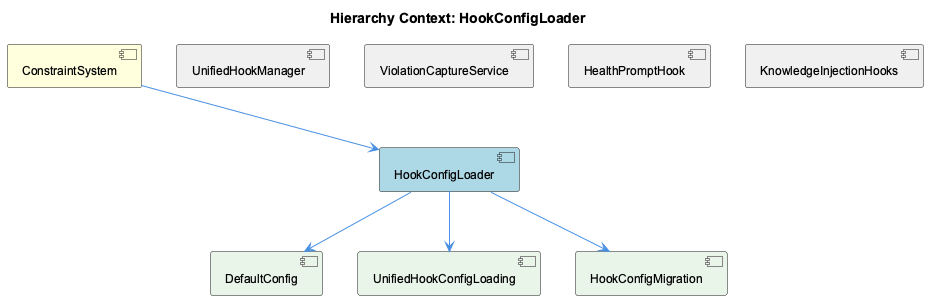
fwornle/coding keeps this PlantUML diagram as knowledge-management/insights/images/hook-config-loader-relationship.png. Above is the earlier version.
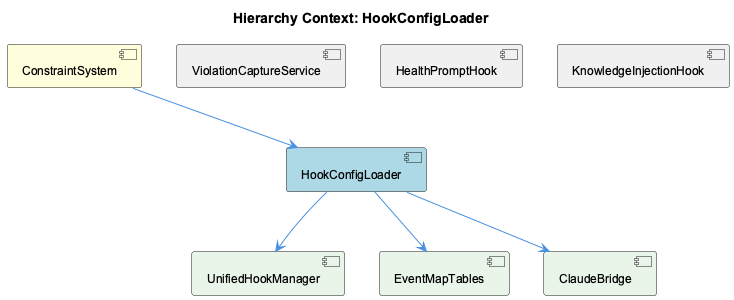
The same file after the commit.

Diff of the diagram source:
```diff
@@ -8,18 +8,18 @@
 [UnifiedHookManager] as unified_hook_manager #F0F0F0
 [ViolationCaptureService] as violation_capture_service #F0F0F0
 [HealthPromptHook] as health_prompt_hook #F0F0F0
-[KnowledgeInjectionHooks] as knowledge_injection_hooks #F0F0F0
-[DefaultConfig] as default_config #E8F5E8
-[UnifiedHookConfigLoading] as unified_hook_config_loading #E8F5E8
-[HookConfigMigration] as hook_config_migration #E8F5E8
+[KnowledgeInjectionHook] as knowledge_injection_hook #F0F0F0
+[UnifiedHookManager] as unified_hook_manager #E8F5E8
+[EventMapTables] as event_map_tables #E8F5E8
+[ClaudeBridge] as claude_bridge #E8F5E8
 
 constraint_system --> hook_config_loader
 unified_hook_manager -[hidden]- hook_config_loader
 violation_capture_service -[hidden]- hook_config_loader
 health_prompt_hook -[hidden]- hook_config_loader
-knowledge_injection_hooks -[hidden]- hook_config_loader
-hook_config_loader --> default_config
-hook_config_loader --> unified_hook_config_loading
-hook_config_loader --> hook_config_migration
+knowledge_injection_hook -[hidden]- hook_config_loader
+hook_config_loader --> unified_hook_manager
+hook_config_loader --> event_map_tables
+hook_config_loader --> claude_bridge
 
 @enduml
```
